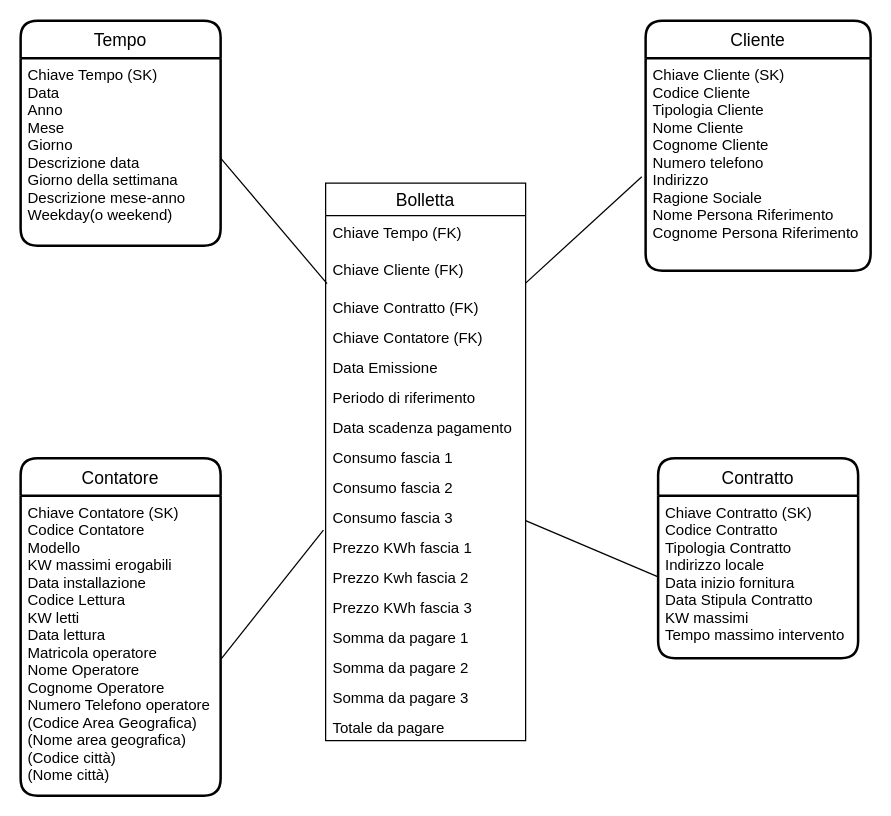
This is page "Pagina-2" (2 of 2) of ER Diagram minimal.drawio from chaitanya0498/DE, a draw.io file, before an edit. Source tidied: cells renumbered, new cells numbered last; positions are measured from the earlier drawing's top-left corner, leaving out a move shared by most shapes. Both pictures are drawn from the tidied source at 125%, with x=0, y=0 at pixel (20, 20).
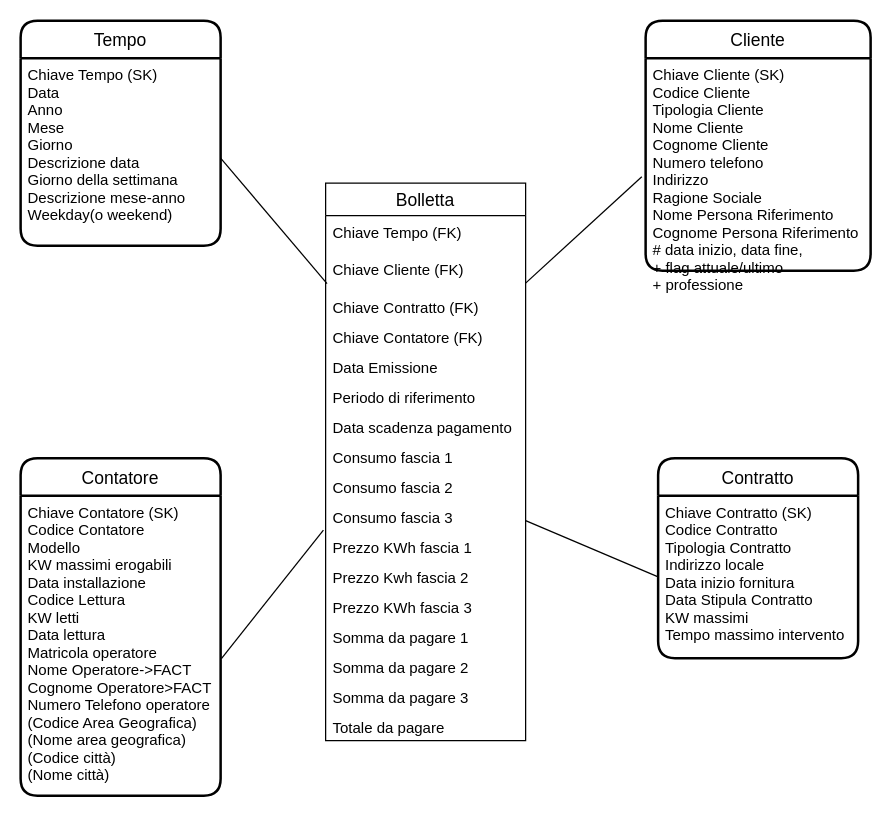
After the change.

Unchanged cells that the change refers to:
```xml
<mxCell id="23" value="Cliente" style="swimlane;horizontal=1;startSize=30;rounded=1;fontSize=14;fontStyle=0;strokeWidth=2;shadow=0;dashed=0;align=center;" parent="1" vertex="1">
  <mxGeometry x="500" width="180" height="200" as="geometry" />
</mxCell>
<mxCell id="29" value="Contatore" style="swimlane;horizontal=1;startSize=30;rounded=1;fontSize=14;fontStyle=0;strokeWidth=2;shadow=0;dashed=0;align=center;" parent="1" vertex="1">
  <mxGeometry y="350" width="160" height="270" as="geometry" />
</mxCell>
```

Diff of the diagram source:
```diff
@@
-    <mxCell id="24" value="Chiave Cliente (SK)&#10;Codice Cliente&#10;Tipologia Cliente&#10;Nome Cliente&#10;Cognome Cliente&#10;Numero telefono&#10;Indirizzo&#10;Ragione Sociale&#10;Nome Persona Riferimento&#10;Cognome Persona Riferimento" style="align=left;strokeColor=none;fillColor=none;spacingLeft=4;fontSize=12;verticalAlign=top;" parent="23" vertex="1">
+    <mxCell id="24" value="Chiave Cliente (SK)&#10;Codice Cliente&#10;Tipologia Cliente&#10;Nome Cliente&#10;Cognome Cliente&#10;Numero telefono&#10;Indirizzo&#10;Ragione Sociale&#10;Nome Persona Riferimento&#10;Cognome Persona Riferimento&#10;# data inizio, data fine, &#10;+ flag attuale/ultimo&#10;+ professione" style="align=left;strokeColor=none;fillColor=none;spacingLeft=4;fontSize=12;verticalAlign=top;" parent="23" vertex="1">
       <mxGeometry y="30" width="180" height="170" as="geometry" />
     </mxCell>
@@
-    <mxCell id="30" value="Chiave Contatore (SK)&#10;Codice Contatore&#10;Modello&#10;KW massimi erogabili&#10;Data installazione&#10;Codice Lettura&#10;KW letti&#10;Data lettura&#10;Matricola operatore&#10;Nome Operatore&#10;Cognome Operatore&#10;Numero Telefono operatore&#10;(Codice Area Geografica)&#10;(Nome area geografica)&#10;(Codice città)&#10;(Nome città)" style="align=left;strokeColor=none;fillColor=none;spacingLeft=4;fontSize=12;verticalAlign=top;" parent="29" vertex="1">
+    <mxCell id="30" value="Chiave Contatore (SK)&#10;Codice Contatore&#10;Modello&#10;KW massimi erogabili&#10;Data installazione&#10;Codice Lettura&#10;KW letti&#10;Data lettura&#10;Matricola operatore&#10;Nome Operatore-&gt;FACT&#10;Cognome Operatore&gt;FACT&#10;Numero Telefono operatore&#10;(Codice Area Geografica)&#10;(Nome area geografica)&#10;(Codice città)&#10;(Nome città)" style="align=left;strokeColor=none;fillColor=none;spacingLeft=4;fontSize=12;verticalAlign=top;" parent="29" vertex="1">
       <mxGeometry y="30" width="160" height="240" as="geometry" />
     </mxCell>
```
